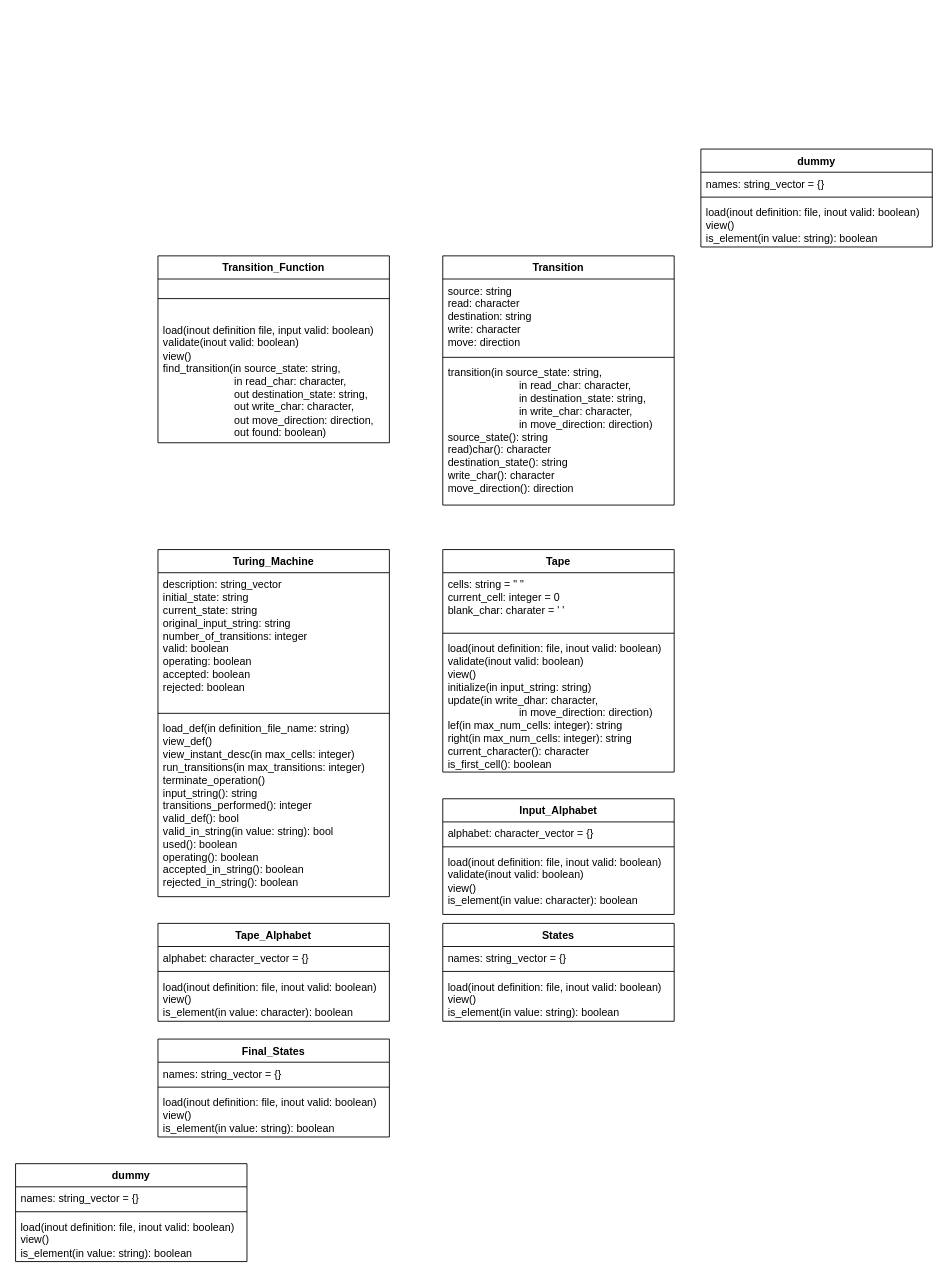
IgorBCode/cv keeps this draw.io diagram as TransitionFunction.drawio. Above is the earlier version. Source tidied: cells renumbered, new cells numbered last; positions are measured from the earlier drawing's top-left corner, leaving out a move shared by most shapes. Both pictures are drawn from the tidied source at 89%, with x=0, y=0 at pixel (15, 149).
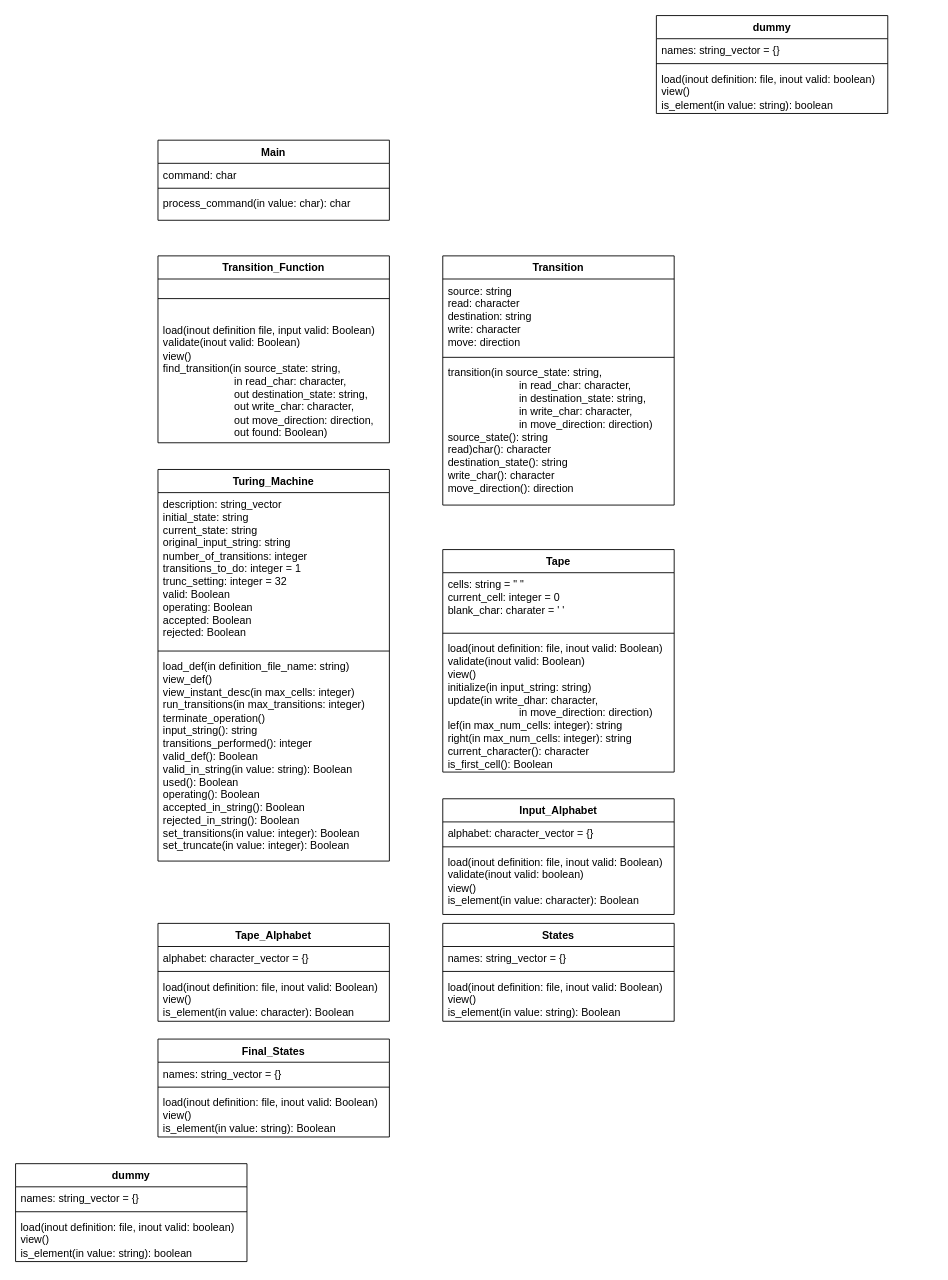
After the change.

The change refers to these unchanged cells:
```xml
<mxCell id="2" value="Transition_Function" style="swimlane;fontStyle=1;align=center;verticalAlign=top;horizontal=1;startSize=26;whiteSpace=wrap;html=1;" parent="1" vertex="1">
  <mxGeometry x="160" y="120" width="260" height="210" as="geometry" />
</mxCell>
<mxCell id="13" value="Tape" style="swimlane;fontStyle=1;align=center;verticalAlign=top;horizontal=1;startSize=26;whiteSpace=wrap;html=1;" parent="1" vertex="1">
  <mxGeometry x="480" y="450" width="260" height="250" as="geometry" />
</mxCell>
<mxCell id="17" value="Input_Alphabet" style="swimlane;fontStyle=1;align=center;verticalAlign=top;horizontal=1;startSize=26;whiteSpace=wrap;html=1;" parent="1" vertex="1">
  <mxGeometry x="480" y="730" width="260" height="130" as="geometry" />
</mxCell>
<mxCell id="21" value="Tape_Alphabet" style="swimlane;fontStyle=1;align=center;verticalAlign=top;horizontal=1;startSize=26;whiteSpace=wrap;html=1;" parent="1" vertex="1">
  <mxGeometry x="160" y="870" width="260" height="110" as="geometry" />
</mxCell>
<mxCell id="25" value="States" style="swimlane;fontStyle=1;align=center;verticalAlign=top;horizontal=1;startSize=26;whiteSpace=wrap;html=1;" parent="1" vertex="1">
  <mxGeometry x="480" y="870" width="260" height="110" as="geometry" />
</mxCell>
<mxCell id="29" value="Final_States" style="swimlane;fontStyle=1;align=center;verticalAlign=top;horizontal=1;startSize=26;whiteSpace=wrap;html=1;" parent="1" vertex="1">
  <mxGeometry x="160" y="1000" width="260" height="110" as="geometry" />
</mxCell>
```

What changed in the source:
```diff
@@
-    <mxCell id="4" value="&lt;div&gt;load(inout definition file, input valid: boolean)&lt;/div&gt;&lt;div&gt;validate(inout valid: boolean)&lt;/div&gt;&lt;div&gt;view()&lt;/div&gt;&lt;div&gt;find_transition(in source_state: string,&lt;/div&gt;&lt;div&gt;&lt;span style=&quot;white-space: pre;&quot;&gt;&#9;&lt;/span&gt;&lt;span style=&quot;white-space: pre;&quot;&gt;&#9;&lt;/span&gt;&lt;span style=&quot;white-space: pre;&quot;&gt;&#9;&lt;/span&gt;in read_char: character,&lt;/div&gt;&lt;div&gt;&lt;span style=&quot;white-space: pre;&quot;&gt;&#9;&lt;/span&gt;&lt;span style=&quot;white-space: pre;&quot;&gt;&#9;&lt;/span&gt;&lt;span style=&quot;white-space: pre;&quot;&gt;&#9;&lt;/span&gt;out destination_state: string,&lt;/div&gt;&lt;div&gt;&lt;span style=&quot;white-space: pre;&quot;&gt;&#9;&lt;/span&gt;&lt;span style=&quot;white-space: pre;&quot;&gt;&#9;&lt;/span&gt;&lt;span style=&quot;white-space: pre;&quot;&gt;&#9;&lt;/span&gt;out write_char: character,&lt;/div&gt;&lt;div&gt;&lt;span style=&quot;white-space: pre;&quot;&gt;&#9;&lt;/span&gt;&lt;span style=&quot;white-space: pre;&quot;&gt;&#9;&lt;/span&gt;&lt;span style=&quot;white-space: pre;&quot;&gt;&#9;&lt;/span&gt;out move_direction: direction,&lt;/div&gt;&lt;div&gt;&lt;span style=&quot;white-space: pre;&quot;&gt;&#9;&lt;/span&gt;&lt;span style=&quot;white-space: pre;&quot;&gt;&#9;&lt;/span&gt;&lt;span style=&quot;white-space: pre;&quot;&gt;&#9;&lt;/span&gt;out found: boolean)&lt;br&gt;&lt;/div&gt;" style="text;strokeColor=none;fillColor=none;align=left;verticalAlign=top;spacingLeft=4;spacingRight=4;overflow=hidden;whiteSpace=wrap;html=1;" parent="2" vertex="1">
+    <mxCell id="4" value="&lt;div&gt;load(inout definition file, input valid:&amp;nbsp;Boolean)&lt;/div&gt;&lt;div&gt;validate(inout valid:&amp;nbsp;Boolean)&lt;/div&gt;&lt;div&gt;view()&lt;/div&gt;&lt;div&gt;find_transition(in source_state: string,&lt;/div&gt;&lt;div&gt;&lt;span style=&quot;white-space: pre;&quot;&gt;&#9;&lt;/span&gt;&lt;span style=&quot;white-space: pre;&quot;&gt;&#9;&lt;/span&gt;&lt;span style=&quot;white-space: pre;&quot;&gt;&#9;&lt;/span&gt;in read_char: character,&lt;/div&gt;&lt;div&gt;&lt;span style=&quot;white-space: pre;&quot;&gt;&#9;&lt;/span&gt;&lt;span style=&quot;white-space: pre;&quot;&gt;&#9;&lt;/span&gt;&lt;span style=&quot;white-space: pre;&quot;&gt;&#9;&lt;/span&gt;out destination_state: string,&lt;/div&gt;&lt;div&gt;&lt;span style=&quot;white-space: pre;&quot;&gt;&#9;&lt;/span&gt;&lt;span style=&quot;white-space: pre;&quot;&gt;&#9;&lt;/span&gt;&lt;span style=&quot;white-space: pre;&quot;&gt;&#9;&lt;/span&gt;out write_char: character,&lt;/div&gt;&lt;div&gt;&lt;span style=&quot;white-space: pre;&quot;&gt;&#9;&lt;/span&gt;&lt;span style=&quot;white-space: pre;&quot;&gt;&#9;&lt;/span&gt;&lt;span style=&quot;white-space: pre;&quot;&gt;&#9;&lt;/span&gt;out move_direction: direction,&lt;/div&gt;&lt;div&gt;&lt;span style=&quot;white-space: pre;&quot;&gt;&#9;&lt;/span&gt;&lt;span style=&quot;white-space: pre;&quot;&gt;&#9;&lt;/span&gt;&lt;span style=&quot;white-space: pre;&quot;&gt;&#9;&lt;/span&gt;out found:&amp;nbsp;Boolean)&lt;br&gt;&lt;/div&gt;" style="text;strokeColor=none;fillColor=none;align=left;verticalAlign=top;spacingLeft=4;spacingRight=4;overflow=hidden;whiteSpace=wrap;html=1;" parent="2" vertex="1">
       <mxGeometry y="70" width="260" height="140" as="geometry" />
     </mxCell>
@@
     <mxCell id="9" value="Turing_Machine" style="swimlane;fontStyle=1;align=center;verticalAlign=top;horizontal=1;startSize=26;whiteSpace=wrap;html=1;" parent="1" vertex="1">
-      <mxGeometry x="160" y="450" width="260" height="390" as="geometry" />
+      <mxGeometry x="160" y="360" width="260" height="440" as="geometry" />
     </mxCell>
-    <mxCell id="10" value="&lt;div&gt;description: string_vector&lt;/div&gt;&lt;div&gt;initial_state: string&lt;/div&gt;&lt;div&gt;current_state: string&lt;/div&gt;&lt;div&gt;original_input_string: string&lt;/div&gt;&lt;div&gt;number_of_transitions: integer&lt;/div&gt;&lt;div&gt;valid: boolean&lt;/div&gt;&lt;div&gt;operating: boolean&lt;/div&gt;&lt;div&gt;accepted: boolean&lt;/div&gt;&lt;div&gt;rejected: boolean&lt;br&gt;&lt;/div&gt;" style="text;strokeColor=none;fillColor=none;align=left;verticalAlign=top;spacingLeft=4;spacingRight=4;overflow=hidden;whiteSpace=wrap;html=1;" parent="9" vertex="1">
-      <mxGeometry y="26" width="260" height="154" as="geometry" />
+    <mxCell id="10" value="&lt;div&gt;description: string_vector&lt;/div&gt;&lt;div&gt;initial_state: string&lt;/div&gt;&lt;div&gt;current_state: string&lt;/div&gt;&lt;div&gt;original_input_string: string&lt;/div&gt;&lt;div&gt;number_of_transitions: integer&lt;/div&gt;&lt;div&gt;transitions_to_do: integer = 1&lt;/div&gt;&lt;div&gt;trunc_setting: integer = 32&lt;br&gt;&lt;/div&gt;&lt;div&gt;valid: Boolean&lt;/div&gt;&lt;div&gt;operating: Boolean&lt;/div&gt;&lt;div&gt;accepted: Boolean&lt;/div&gt;&lt;div&gt;rejected: Boolean&lt;/div&gt;" style="text;strokeColor=none;fillColor=none;align=left;verticalAlign=top;spacingLeft=4;spacingRight=4;overflow=hidden;whiteSpace=wrap;html=1;" parent="9" vertex="1">
+      <mxGeometry y="26" width="260" height="174" as="geometry" />
     </mxCell>
     <mxCell id="11" style="line;strokeWidth=1;fillColor=none;align=left;verticalAlign=middle;spacingTop=-1;spacingLeft=3;spacingRight=3;labelPosition=right;strokeColor=inherit;" parent="9" vertex="1">
-      <mxGeometry y="180" width="260" height="8" as="geometry" />
+      <mxGeometry y="200" width="260" height="8" as="geometry" />
     </mxCell>
-    <mxCell id="12" value="&lt;div&gt;load_def(in definition_file_name: string)&lt;/div&gt;&lt;div&gt;view_def()&lt;/div&gt;&lt;div&gt;view_instant_desc(in max_cells: integer)&lt;/div&gt;&lt;div&gt;run_transitions(in max_transitions: integer)&lt;/div&gt;&lt;div&gt;terminate_operation()&lt;/div&gt;&lt;div&gt;input_string(): string&lt;/div&gt;&lt;div&gt;transitions_performed(): integer&lt;/div&gt;&lt;div&gt;valid_def(): bool&lt;/div&gt;&lt;div&gt;valid_in_string(in value: string): bool&lt;/div&gt;&lt;div&gt;used(): boolean&lt;/div&gt;&lt;div&gt;operating(): boolean&lt;/div&gt;&lt;div&gt;accepted_in_string(): boolean&lt;/div&gt;&lt;div&gt;rejected_in_string(): boolean&lt;br&gt;&lt;/div&gt;" style="text;strokeColor=none;fillColor=none;align=left;verticalAlign=top;spacingLeft=4;spacingRight=4;overflow=hidden;whiteSpace=wrap;html=1;" parent="9" vertex="1">
-      <mxGeometry y="188" width="260" height="202" as="geometry" />
+    <mxCell id="12" value="&lt;div&gt;load_def(in definition_file_name: string)&lt;/div&gt;&lt;div&gt;view_def()&lt;/div&gt;&lt;div&gt;view_instant_desc(in max_cells: integer)&lt;/div&gt;&lt;div&gt;run_transitions(in max_transitions: integer)&lt;/div&gt;&lt;div&gt;terminate_operation()&lt;/div&gt;&lt;div&gt;input_string(): string&lt;/div&gt;&lt;div&gt;transitions_performed(): integer&lt;/div&gt;&lt;div&gt;valid_def(): Boolean&lt;/div&gt;&lt;div&gt;valid_in_string(in value: string): Boolean&lt;/div&gt;&lt;div&gt;used(): Boolean&lt;/div&gt;&lt;div&gt;operating(): Boolean&lt;/div&gt;&lt;div&gt;accepted_in_string(): Boolean&lt;/div&gt;&lt;div&gt;rejected_in_string(): Boolean&lt;/div&gt;&lt;div&gt;set_transitions(in value: integer): Boolean&lt;/div&gt;&lt;div&gt;set_truncate(in value: integer): Boolean&lt;br&gt;&lt;/div&gt;" style="text;strokeColor=none;fillColor=none;align=left;verticalAlign=top;spacingLeft=4;spacingRight=4;overflow=hidden;whiteSpace=wrap;html=1;" parent="9" vertex="1">
+      <mxGeometry y="208" width="260" height="232" as="geometry" />
     </mxCell>
@@
-    <mxCell id="16" value="&lt;div&gt;load(inout definition: file, inout valid: boolean)&lt;/div&gt;&lt;div&gt;validate(inout valid: boolean)&lt;/div&gt;&lt;div&gt;view()&lt;/div&gt;&lt;div&gt;initialize(in input_string: string)&lt;/div&gt;&lt;div&gt;update(in write_dhar: character,&lt;/div&gt;&lt;div&gt;&lt;span style=&quot;white-space: pre;&quot;&gt;&#9;&lt;/span&gt;&lt;span style=&quot;white-space: pre;&quot;&gt;&#9;&lt;/span&gt;&lt;span style=&quot;white-space: pre;&quot;&gt;&#9;&lt;/span&gt;in move_direction: direction)&lt;/div&gt;&lt;div&gt;lef(in max_num_cells: integer): string&lt;/div&gt;&lt;div&gt;right(in max_num_cells: integer): string&lt;/div&gt;&lt;div&gt;current_character(): character&lt;/div&gt;&lt;div&gt;is_first_cell(): boolean&lt;br&gt;&lt;/div&gt;" style="text;strokeColor=none;fillColor=none;align=left;verticalAlign=top;spacingLeft=4;spacingRight=4;overflow=hidden;whiteSpace=wrap;html=1;" parent="13" vertex="1">
+    <mxCell id="16" value="&lt;div&gt;load(inout definition: file, inout valid:&amp;nbsp;Boolean)&lt;/div&gt;&lt;div&gt;validate(inout valid:&amp;nbsp;Boolean)&lt;/div&gt;&lt;div&gt;view()&lt;/div&gt;&lt;div&gt;initialize(in input_string: string)&lt;/div&gt;&lt;div&gt;update(in write_dhar: character,&lt;/div&gt;&lt;div&gt;&lt;span style=&quot;white-space: pre;&quot;&gt;&#9;&lt;/span&gt;&lt;span style=&quot;white-space: pre;&quot;&gt;&#9;&lt;/span&gt;&lt;span style=&quot;white-space: pre;&quot;&gt;&#9;&lt;/span&gt;in move_direction: direction)&lt;/div&gt;&lt;div&gt;lef(in max_num_cells: integer): string&lt;/div&gt;&lt;div&gt;right(in max_num_cells: integer): string&lt;/div&gt;&lt;div&gt;current_character(): character&lt;/div&gt;&lt;div&gt;is_first_cell(): Boolean&lt;/div&gt;" style="text;strokeColor=none;fillColor=none;align=left;verticalAlign=top;spacingLeft=4;spacingRight=4;overflow=hidden;whiteSpace=wrap;html=1;" parent="13" vertex="1">
       <mxGeometry y="98" width="260" height="152" as="geometry" />
     </mxCell>
@@
-    <mxCell id="20" value="&lt;div&gt;load(inout definition: file, inout valid: boolean)&lt;/div&gt;&lt;div&gt;validate(inout valid: boolean)&lt;/div&gt;&lt;div&gt;view()&lt;/div&gt;&lt;div&gt;is_element(in value: character): boolean&lt;br&gt;&lt;/div&gt;" style="text;strokeColor=none;fillColor=none;align=left;verticalAlign=top;spacingLeft=4;spacingRight=4;overflow=hidden;whiteSpace=wrap;html=1;" parent="17" vertex="1">
+    <mxCell id="20" value="&lt;div&gt;load(inout definition: file, inout valid:&amp;nbsp;Boolean)&lt;/div&gt;&lt;div&gt;validate(inout valid: boolean)&lt;/div&gt;&lt;div&gt;view()&lt;/div&gt;&lt;div&gt;is_element(in value: character): Boolean&lt;/div&gt;" style="text;strokeColor=none;fillColor=none;align=left;verticalAlign=top;spacingLeft=4;spacingRight=4;overflow=hidden;whiteSpace=wrap;html=1;" parent="17" vertex="1">
       <mxGeometry y="58" width="260" height="72" as="geometry" />
     </mxCell>
@@
-    <mxCell id="24" value="&lt;div&gt;load(inout definition: file, inout valid: boolean)&lt;/div&gt;&lt;div&gt;view()&lt;/div&gt;&lt;div&gt;is_element(in value: character): boolean&lt;br&gt;&lt;/div&gt;" style="text;strokeColor=none;fillColor=none;align=left;verticalAlign=top;spacingLeft=4;spacingRight=4;overflow=hidden;whiteSpace=wrap;html=1;" parent="21" vertex="1">
+    <mxCell id="24" value="&lt;div&gt;load(inout definition: file, inout valid:&amp;nbsp;Boolean)&lt;/div&gt;&lt;div&gt;view()&lt;/div&gt;&lt;div&gt;is_element(in value: character): Boolean&lt;/div&gt;" style="text;strokeColor=none;fillColor=none;align=left;verticalAlign=top;spacingLeft=4;spacingRight=4;overflow=hidden;whiteSpace=wrap;html=1;" parent="21" vertex="1">
       <mxGeometry y="58" width="260" height="52" as="geometry" />
     </mxCell>
@@
-    <mxCell id="28" value="&lt;div&gt;load(inout definition: file, inout valid: boolean)&lt;/div&gt;&lt;div&gt;view()&lt;/div&gt;&lt;div&gt;is_element(in value: string): boolean&lt;br&gt;&lt;/div&gt;" style="text;strokeColor=none;fillColor=none;align=left;verticalAlign=top;spacingLeft=4;spacingRight=4;overflow=hidden;whiteSpace=wrap;html=1;" parent="25" vertex="1">
+    <mxCell id="28" value="&lt;div&gt;load(inout definition: file, inout valid:&amp;nbsp;Boolean)&lt;/div&gt;&lt;div&gt;view()&lt;/div&gt;&lt;div&gt;is_element(in value: string): Boolean&lt;/div&gt;" style="text;strokeColor=none;fillColor=none;align=left;verticalAlign=top;spacingLeft=4;spacingRight=4;overflow=hidden;whiteSpace=wrap;html=1;" parent="25" vertex="1">
       <mxGeometry y="58" width="260" height="52" as="geometry" />
     </mxCell>
@@
-    <mxCell id="32" value="&lt;div&gt;load(inout definition: file, inout valid: boolean)&lt;/div&gt;&lt;div&gt;view()&lt;/div&gt;&lt;div&gt;is_element(in value: string): boolean&lt;br&gt;&lt;/div&gt;" style="text;strokeColor=none;fillColor=none;align=left;verticalAlign=top;spacingLeft=4;spacingRight=4;overflow=hidden;whiteSpace=wrap;html=1;" parent="29" vertex="1">
+    <mxCell id="32" value="&lt;div&gt;load(inout definition: file, inout valid:&amp;nbsp;Boolean)&lt;/div&gt;&lt;div&gt;view()&lt;/div&gt;&lt;div&gt;is_element(in value: string): Boolean&lt;/div&gt;" style="text;strokeColor=none;fillColor=none;align=left;verticalAlign=top;spacingLeft=4;spacingRight=4;overflow=hidden;whiteSpace=wrap;html=1;" parent="29" vertex="1">
       <mxGeometry y="58" width="260" height="52" as="geometry" />
     </mxCell>
@@
     <mxCell id="37" value="dummy" style="swimlane;fontStyle=1;align=center;verticalAlign=top;horizontal=1;startSize=26;whiteSpace=wrap;html=1;" parent="1" vertex="1">
-      <mxGeometry x="770" width="260" height="110" as="geometry" />
+      <mxGeometry x="720" y="-150" width="260" height="110" as="geometry" />
     </mxCell>
@@
+    <mxCell id="41" value="Main" style="swimlane;fontStyle=1;align=center;verticalAlign=top;horizontal=1;startSize=26;whiteSpace=wrap;html=1;" parent="1" vertex="1">
+      <mxGeometry x="160" y="-10" width="260" height="90" as="geometry" />
+    </mxCell>
+    <mxCell id="42" value="command: char" style="text;strokeColor=none;fillColor=none;align=left;verticalAlign=top;spacingLeft=4;spacingRight=4;overflow=hidden;whiteSpace=wrap;html=1;" parent="41" vertex="1">
+      <mxGeometry y="26" width="260" height="24" as="geometry" />
+    </mxCell>
+    <mxCell id="43" style="line;strokeWidth=1;fillColor=none;align=left;verticalAlign=middle;spacingTop=-1;spacingLeft=3;spacingRight=3;labelPosition=right;strokeColor=inherit;" parent="41" vertex="1">
+      <mxGeometry y="50" width="260" height="8" as="geometry" />
+    </mxCell>
+    <mxCell id="44" value="process_command(in value: char): char" style="text;strokeColor=none;fillColor=none;align=left;verticalAlign=top;spacingLeft=4;spacingRight=4;overflow=hidden;whiteSpace=wrap;html=1;" parent="41" vertex="1">
+      <mxGeometry y="58" width="260" height="32" as="geometry" />
+    </mxCell>
```
